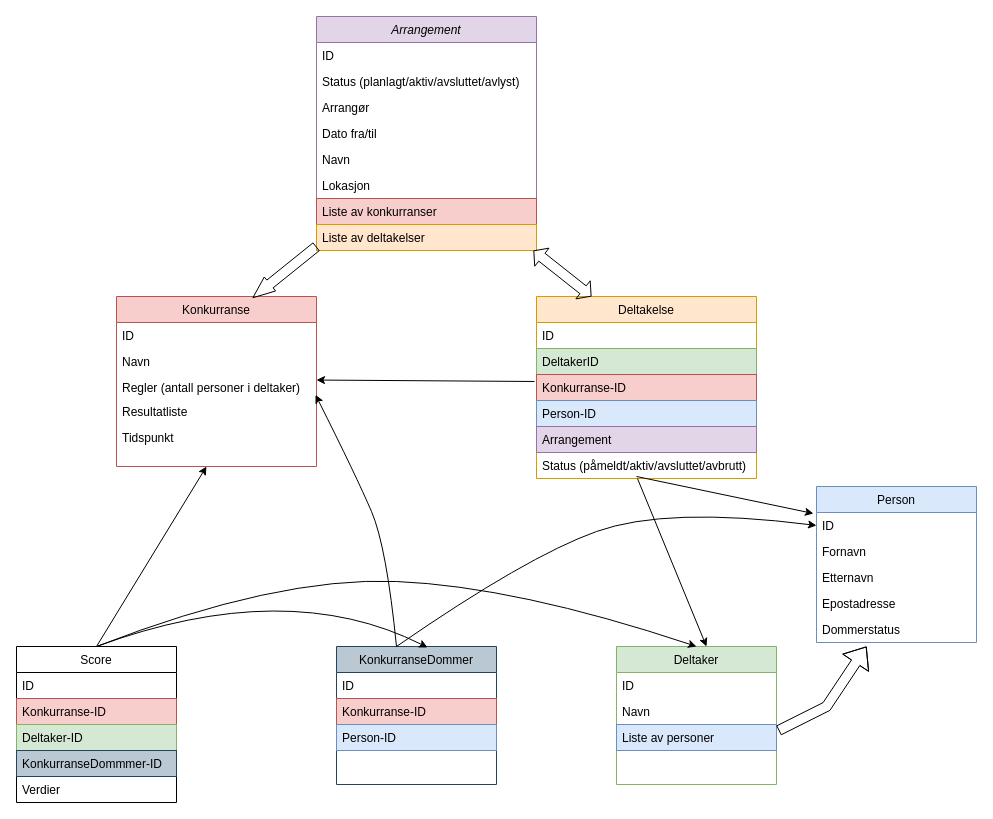
sophiesylta/Toraderkonkurranse keeps this draw.io diagram as Untitled Diagram.drawio. Above is the earlier version. Source tidied: cells renumbered, new cells numbered last; positions are measured from the earlier drawing's top-left corner, leaving out a move shared by most shapes. Both pictures are drawn from the tidied source at 100%, with x=0, y=0 at pixel (16, 16).
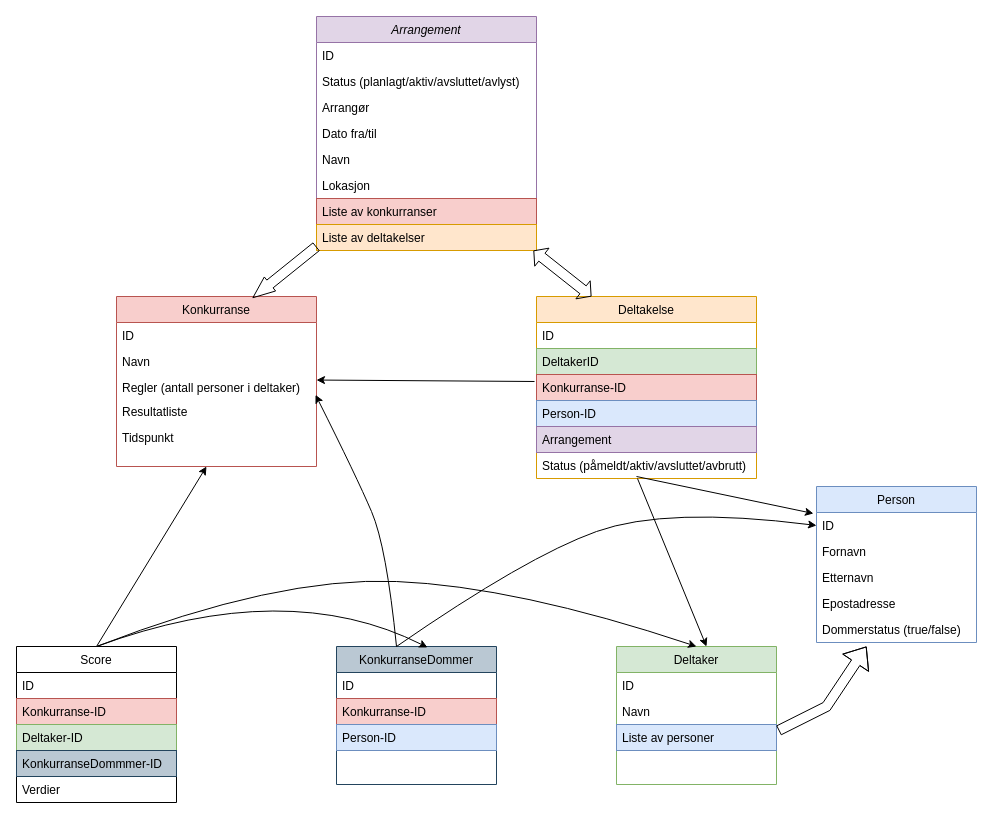
Above is the later version.

Unchanged cells that the change refers to:
```xml
<mxCell id="15" value="Person" style="swimlane;fontStyle=0;align=center;verticalAlign=top;horizontal=1;startSize=26;rounded=0;shadow=0;strokeWidth=1;fillColor=#dae8fc;strokeColor=#6c8ebf;" parent="1" vertex="1">
  <mxGeometry x="800" y="470" width="160" height="156" as="geometry" />
</mxCell>
```

Diff of the diagram source:
```diff
@@
-    <mxCell id="20" value="Dommerstatus" style="text;align=left;verticalAlign=top;spacingLeft=4;spacingRight=4;overflow=hidden;" parent="15" vertex="1">
+    <mxCell id="20" value="Dommerstatus (true/false)" style="text;align=left;verticalAlign=top;spacingLeft=4;spacingRight=4;overflow=hidden;" parent="15" vertex="1">
       <mxGeometry y="130" width="160" height="26" as="geometry" />
     </mxCell>
```
